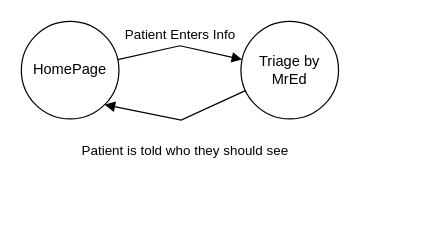
The draw.io diagram EliorWork/drawios/PatientLogin_SMD.drawio in SENG-350-2024-fall/Team9, before the edit. Source tidied: cells renumbered, new cells numbered last; positions are measured from the earlier drawing's top-left corner, leaving out a move shared by most shapes. Both pictures are drawn from the tidied source at 122%, with x=0, y=0 at pixel (21, 21).
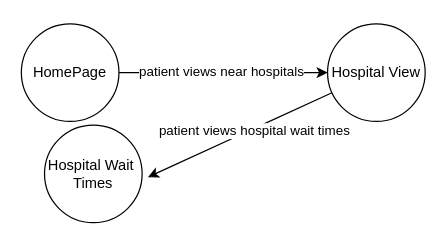
Above is the later version.

What changed in the source:
```diff
@@
 <mxGraphModel>
   <root>
     <mxCell id="0" />
     <mxCell id="1" parent="0" />
+    <mxCell id="4" style="rounded=0;jettySize=auto;html=1;" parent="1" edge="1" source="2" target="3">
+      <mxGeometry relative="1" as="geometry" />
+    </mxCell>
+    <mxCell id="6" value="patient views near hospitals" style="edgeLabel;html=1;align=center;verticalAlign=middle;" parent="4" vertex="1">
+      <mxGeometry x="0.25" y="2" relative="1" as="geometry">
+        <mxPoint x="-24" as="offset" />
+      </mxGeometry>
+    </mxCell>
     <mxCell id="2" value="HomePage" style="ellipse;whiteSpace=wrap;html=1;" parent="1" vertex="1">
-      <mxGeometry width="80" height="80" as="geometry" />
+      <mxGeometry y="2" width="80" height="80" as="geometry" />
     </mxCell>
-    <mxCell id="3" value="Triage by MrEd" style="ellipse;whiteSpace=wrap;html=1;" parent="1" vertex="1">
-      <mxGeometry x="180" width="80" height="80" as="geometry" />
+    <mxCell id="3" value="Hospital View" style="ellipse;whiteSpace=wrap;html=1;" parent="1" vertex="1">
+      <mxGeometry x="251" y="2" width="80" height="80" as="geometry" />
     </mxCell>
-    <mxCell id="4" value="Patient Enters Info" style="html=1;verticalAlign=bottom;endArrow=block;curved=0;rounded=0;" parent="1" edge="1" source="2" target="3">
-      <mxGeometry relative="1" as="geometry">
-        <Array as="points">
-          <mxPoint x="130" y="20" />
-        </Array>
-      </mxGeometry>
-    </mxCell>
-    <mxCell id="5" value="Patient is told who they should see" style="html=1;verticalAlign=bottom;endArrow=block;curved=0;rounded=0;entryX=1;entryY=1;entryDx=0;entryDy=0;" parent="1" edge="1" source="3" target="2">
-      <mxGeometry x="-0.05" y="34" relative="1" as="geometry">
-        <Array as="points">
-          <mxPoint x="131" y="81" />
-        </Array>
-        <mxPoint x="10" y="1" as="offset" />
-      </mxGeometry>
-    </mxCell>
+    <mxCell id="7" value="Hospital Wait&amp;nbsp;&lt;div&gt;Times&lt;/div&gt;" style="ellipse;whiteSpace=wrap;html=1;" parent="1" vertex="1">
+      <mxGeometry x="19" y="85" width="80" height="80" as="geometry" />
+    </mxCell>
+    <mxCell id="8" style="rounded=0;jettySize=auto;html=1;entryX=1.06;entryY=0.534;entryDx=0;entryDy=0;entryPerimeter=0;" parent="1" edge="1" source="3" target="7">
+      <mxGeometry relative="1" as="geometry" />
+    </mxCell>
+    <mxCell id="9" value="patient views hospital wait times" style="edgeLabel;html=1;align=center;verticalAlign=middle;" parent="8" vertex="1">
+      <mxGeometry x="-0.14" y="1" relative="1" as="geometry" />
+    </mxCell>
   </root>
 </mxGraphModel>
```
